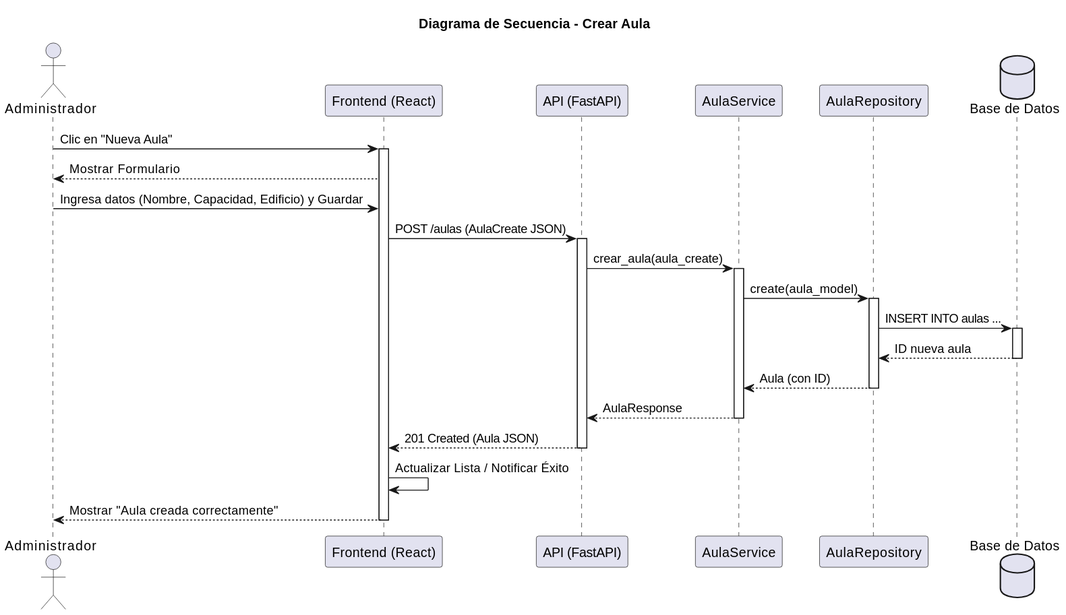
This is images/RUP/02-diseño/casos-uso/crearAula/secuencia.svg from mmasias/pySigHor, a PlantUML export, as it was before one commit.
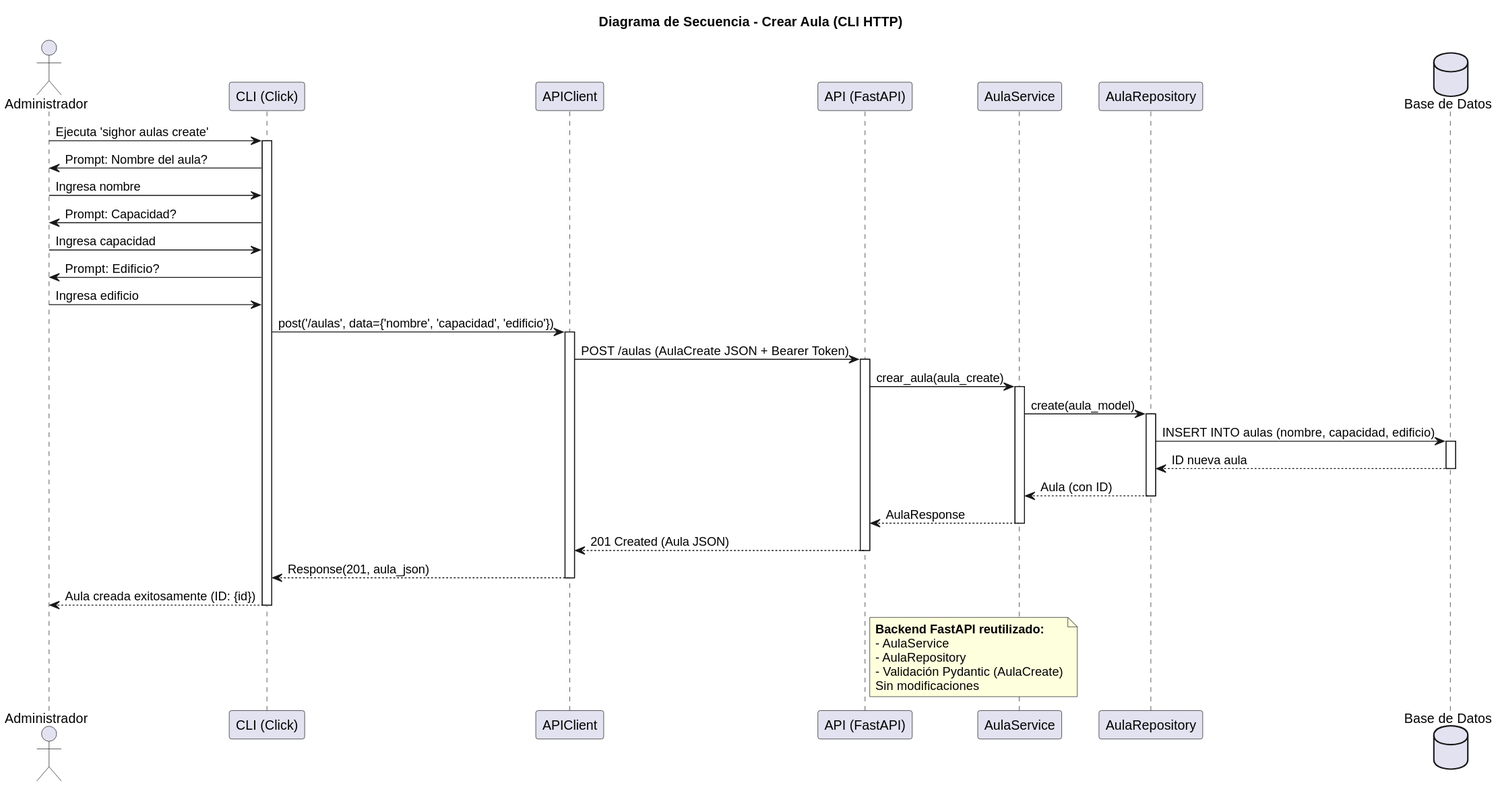
The same diagram one commit later.

Diff of the diagram source:
```diff
@@ -1,24 +1,31 @@
 @startuml
-title Diagrama de Secuencia - Crear Aula
+title Diagrama de Secuencia - Crear Aula (CLI HTTP)
 
 actor "Administrador" as Admin
-participant "Frontend (React)" as FE
+participant "CLI (Click)" as CLI
+participant "APIClient" as Client
 participant "API (FastAPI)" as API
 participant "AulaService" as Service
 participant "AulaRepository" as Repo
 database "Base de Datos" as DB
 
-Admin -> FE: Clic en "Nueva Aula"
-activate FE
-FE --> Admin: Mostrar Formulario
-Admin -> FE: Ingresa datos (Nombre, Capacidad, Edificio) y Guardar
-FE -> API: POST /aulas (AulaCreate JSON)
+Admin -> CLI: Ejecuta 'sighor aulas create'
+activate CLI
+CLI -> Admin: Prompt: Nombre del aula?
+Admin -> CLI: Ingresa nombre
+CLI -> Admin: Prompt: Capacidad?
+Admin -> CLI: Ingresa capacidad
+CLI -> Admin: Prompt: Edificio?
+Admin -> CLI: Ingresa edificio
+CLI -> Client: post('/aulas', data={'nombre', 'capacidad', 'edificio'})
+activate Client
+Client -> API: POST /aulas (AulaCreate JSON + Bearer Token)
 activate API
 API -> Service: crear_aula(aula_create)
 activate Service
 Service -> Repo: create(aula_model)
 activate Repo
-Repo -> DB: INSERT INTO aulas ...
+Repo -> DB: INSERT INTO aulas (nombre, capacidad, edificio)
 activate DB
 DB --> Repo: ID nueva aula
 deactivate DB
@@ -26,9 +33,18 @@
 deactivate Repo
 Service --> API: AulaResponse
 deactivate Service
-API --> FE: 201 Created (Aula JSON)
+API --> Client: 201 Created (Aula JSON)
 deactivate API
-FE -> FE: Actualizar Lista / Notificar Éxito
-FE --> Admin: Mostrar "Aula creada correctamente"
-deactivate FE
+Client --> CLI: Response(201, aula_json)
+deactivate Client
+CLI --> Admin: Aula creada exitosamente (ID: {id})
+deactivate CLI
+
+note right of API
+  **Backend FastAPI reutilizado:**
+  - AulaService
+  - AulaRepository
+  - Validación Pydantic (AulaCreate)
+  Sin modificaciones
+end note
 @enduml
```
